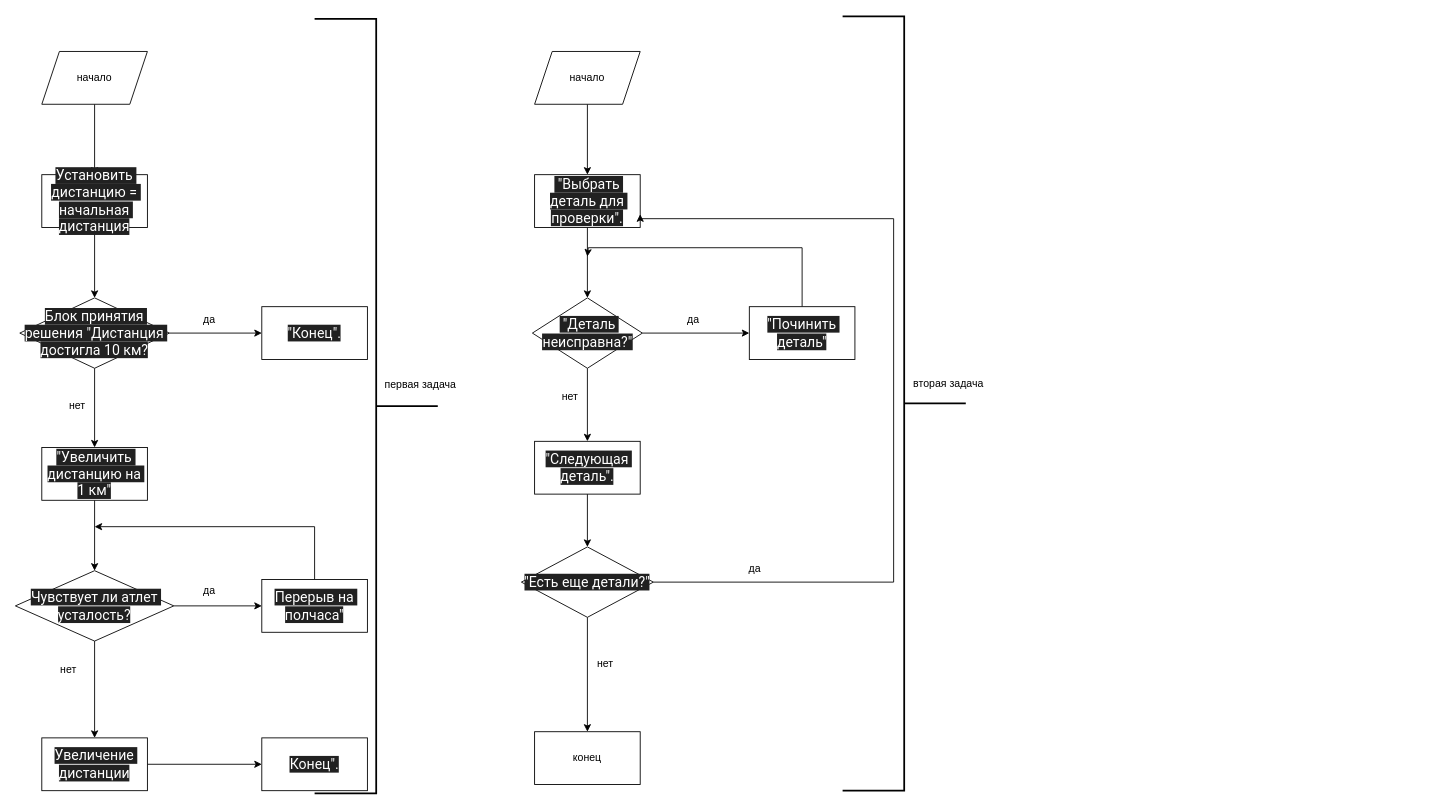
Before: Диаграмма без названия.drawio in AR15-mayker/Degrees-of-comparison-of-adjectives-in-English, a draw.io diagram. Source tidied: cells renumbered, new cells numbered last; positions are measured from the earlier drawing's top-left corner, leaving out a move shared by most shapes. Both pictures are drawn from the tidied source at 88%, with x=0, y=0 at pixel (15, 16).
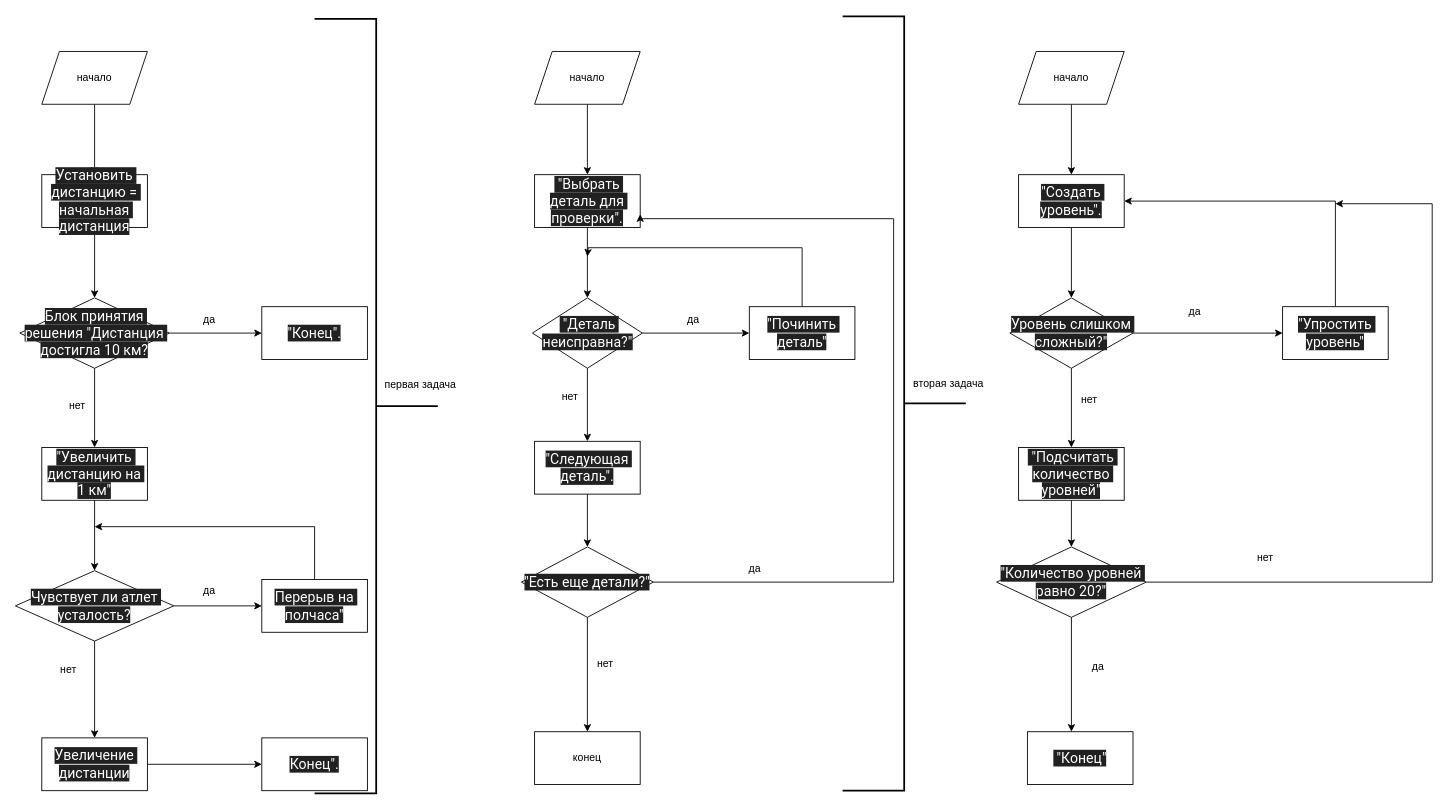
Above is the later version.

Diff of the diagram source:
```diff
@@
+    <mxCell id="47" style="edgeStyle=orthogonalEdgeStyle;rounded=0;jettySize=auto;html=1;entryX=0.5;entryY=0;entryDx=0;entryDy=0;" parent="1" edge="1" source="48" target="50">
+      <mxGeometry relative="1" as="geometry" />
+    </mxCell>
+    <mxCell id="48" value="начало" style="shape=parallelogram;perimeter=parallelogramPerimeter;whiteSpace=wrap;html=1;fixedSize=1;" parent="1" vertex="1">
+      <mxGeometry x="1140" y="40" width="120" height="60" as="geometry" />
+    </mxCell>
+    <mxCell id="49" style="edgeStyle=orthogonalEdgeStyle;rounded=0;jettySize=auto;html=1;entryX=0.5;entryY=0;entryDx=0;entryDy=0;" parent="1" edge="1" source="50" target="53">
+      <mxGeometry relative="1" as="geometry" />
+    </mxCell>
+    <mxCell id="50" value="&lt;span style=&quot;color: rgb(255, 255, 255); font-family: Roboto, -apple-system, BlinkMacSystemFont, &amp;quot;Apple Color Emoji&amp;quot;, &amp;quot;Segoe UI&amp;quot;, Oxygen, Ubuntu, Cantarell, &amp;quot;Fira Sans&amp;quot;, &amp;quot;Droid Sans&amp;quot;, &amp;quot;Helvetica Neue&amp;quot;, sans-serif; font-size: 16px; text-align: start; white-space-collapse: preserve; background-color: rgb(33, 33, 33);&quot;&gt;&quot;Создать уровень&quot;.&lt;/span&gt;" style="whiteSpace=wrap;html=1;" parent="1" vertex="1">
+      <mxGeometry x="1140" y="180" width="120" height="60" as="geometry" />
+    </mxCell>
+    <mxCell id="51" style="edgeStyle=orthogonalEdgeStyle;rounded=0;jettySize=auto;html=1;entryX=0;entryY=0.5;entryDx=0;entryDy=0;" parent="1" edge="1" source="53" target="55">
+      <mxGeometry relative="1" as="geometry" />
+    </mxCell>
+    <mxCell id="52" style="edgeStyle=orthogonalEdgeStyle;rounded=0;jettySize=auto;html=1;entryX=0.5;entryY=0;entryDx=0;entryDy=0;" parent="1" edge="1" source="53" target="58">
+      <mxGeometry relative="1" as="geometry" />
+    </mxCell>
+    <mxCell id="53" value="&lt;span style=&quot;color: rgb(255, 255, 255); font-family: Roboto, -apple-system, BlinkMacSystemFont, &amp;quot;Apple Color Emoji&amp;quot;, &amp;quot;Segoe UI&amp;quot;, Oxygen, Ubuntu, Cantarell, &amp;quot;Fira Sans&amp;quot;, &amp;quot;Droid Sans&amp;quot;, &amp;quot;Helvetica Neue&amp;quot;, sans-serif; font-size: 16px; text-align: start; white-space-collapse: preserve; background-color: rgb(33, 33, 33);&quot;&gt;Уровень слишком сложный?&quot;&lt;/span&gt;" style="rhombus;whiteSpace=wrap;html=1;" parent="1" vertex="1">
+      <mxGeometry x="1130" y="320" width="140" height="80" as="geometry" />
+    </mxCell>
+    <mxCell id="54" style="edgeStyle=orthogonalEdgeStyle;rounded=0;jettySize=auto;html=1;entryX=1;entryY=0.5;entryDx=0;entryDy=0;" parent="1" edge="1" source="55" target="50">
+      <mxGeometry relative="1" as="geometry">
+        <Array as="points">
+          <mxPoint x="1500" y="210" />
+        </Array>
+      </mxGeometry>
+    </mxCell>
+    <mxCell id="55" value="&lt;span style=&quot;color: rgb(255, 255, 255); font-family: Roboto, -apple-system, BlinkMacSystemFont, &amp;quot;Apple Color Emoji&amp;quot;, &amp;quot;Segoe UI&amp;quot;, Oxygen, Ubuntu, Cantarell, &amp;quot;Fira Sans&amp;quot;, &amp;quot;Droid Sans&amp;quot;, &amp;quot;Helvetica Neue&amp;quot;, sans-serif; font-size: 16px; text-align: start; white-space-collapse: preserve; background-color: rgb(33, 33, 33);&quot;&gt;&quot;Упростить уровень&quot;&lt;/span&gt;" style="whiteSpace=wrap;html=1;" parent="1" vertex="1">
+      <mxGeometry x="1440" y="330" width="120" height="60" as="geometry" />
+    </mxCell>
+    <mxCell id="56" value="да" style="text;html=1;align=center;verticalAlign=middle;strokeColor=none;fillColor=none;" parent="1" vertex="1">
+      <mxGeometry x="1320" y="321" width="40" height="30" as="geometry" />
+    </mxCell>
+    <mxCell id="57" style="edgeStyle=orthogonalEdgeStyle;rounded=0;jettySize=auto;html=1;entryX=0.5;entryY=0;entryDx=0;entryDy=0;" parent="1" edge="1" source="58" target="61">
+      <mxGeometry relative="1" as="geometry" />
+    </mxCell>
+    <mxCell id="58" value="&lt;span style=&quot;color: rgb(255, 255, 255); font-family: Roboto, -apple-system, BlinkMacSystemFont, &amp;quot;Apple Color Emoji&amp;quot;, &amp;quot;Segoe UI&amp;quot;, Oxygen, Ubuntu, Cantarell, &amp;quot;Fira Sans&amp;quot;, &amp;quot;Droid Sans&amp;quot;, &amp;quot;Helvetica Neue&amp;quot;, sans-serif; font-size: 16px; text-align: start; white-space-collapse: preserve; background-color: rgb(33, 33, 33);&quot;&gt; &quot;Подсчитать количество уровней&quot;&lt;/span&gt;" style="whiteSpace=wrap;html=1;" parent="1" vertex="1">
+      <mxGeometry x="1140" y="490" width="120" height="60" as="geometry" />
+    </mxCell>
+    <mxCell id="59" value="нет" style="text;html=1;align=center;verticalAlign=middle;strokeColor=none;fillColor=none;" parent="1" vertex="1">
+      <mxGeometry x="1200" y="421" width="40" height="30" as="geometry" />
+    </mxCell>
+    <mxCell id="60" style="edgeStyle=orthogonalEdgeStyle;rounded=0;jettySize=auto;html=1;" parent="1" edge="1" source="61">
+      <mxGeometry relative="1" as="geometry">
+        <mxPoint x="1500" y="213" as="targetPoint" />
+        <Array as="points">
+          <mxPoint x="1610" y="643" />
+          <mxPoint x="1610" y="213" />
+        </Array>
+      </mxGeometry>
+    </mxCell>
+    <mxCell id="61" value="&lt;span style=&quot;color: rgb(255, 255, 255); font-family: Roboto, -apple-system, BlinkMacSystemFont, &amp;quot;Apple Color Emoji&amp;quot;, &amp;quot;Segoe UI&amp;quot;, Oxygen, Ubuntu, Cantarell, &amp;quot;Fira Sans&amp;quot;, &amp;quot;Droid Sans&amp;quot;, &amp;quot;Helvetica Neue&amp;quot;, sans-serif; font-size: 16px; text-align: start; white-space-collapse: preserve; background-color: rgb(33, 33, 33);&quot;&gt;&quot;Количество уровней равно 20?&quot;&lt;/span&gt;" style="rhombus;whiteSpace=wrap;html=1;" parent="1" vertex="1">
+      <mxGeometry x="1115" y="603" width="170" height="80" as="geometry" />
+    </mxCell>
+    <mxCell id="62" value="нет" style="text;html=1;align=center;verticalAlign=middle;strokeColor=none;fillColor=none;" parent="1" vertex="1">
+      <mxGeometry x="1400" y="601" width="40" height="30" as="geometry" />
+    </mxCell>
+    <mxCell id="63" value="&lt;span style=&quot;color: rgb(255, 255, 255); font-family: Roboto, -apple-system, BlinkMacSystemFont, &amp;quot;Apple Color Emoji&amp;quot;, &amp;quot;Segoe UI&amp;quot;, Oxygen, Ubuntu, Cantarell, &amp;quot;Fira Sans&amp;quot;, &amp;quot;Droid Sans&amp;quot;, &amp;quot;Helvetica Neue&amp;quot;, sans-serif; font-size: 16px; text-align: start; white-space-collapse: preserve; background-color: rgb(33, 33, 33);&quot;&gt; &quot;Конец&quot;&lt;/span&gt;" style="whiteSpace=wrap;html=1;" parent="1" vertex="1">
+      <mxGeometry x="1150" y="813" width="120" height="60" as="geometry" />
+    </mxCell>
+    <mxCell id="64" style="edgeStyle=orthogonalEdgeStyle;rounded=0;jettySize=auto;html=1;entryX=0.417;entryY=0;entryDx=0;entryDy=0;entryPerimeter=0;" parent="1" edge="1" source="61" target="63">
+      <mxGeometry relative="1" as="geometry" />
+    </mxCell>
+    <mxCell id="65" value="да&lt;div&gt;&lt;br&gt;&lt;/div&gt;" style="text;html=1;align=center;verticalAlign=middle;strokeColor=none;fillColor=none;" parent="1" vertex="1">
+      <mxGeometry x="1210" y="726" width="40" height="40" as="geometry" />
+    </mxCell>
```
